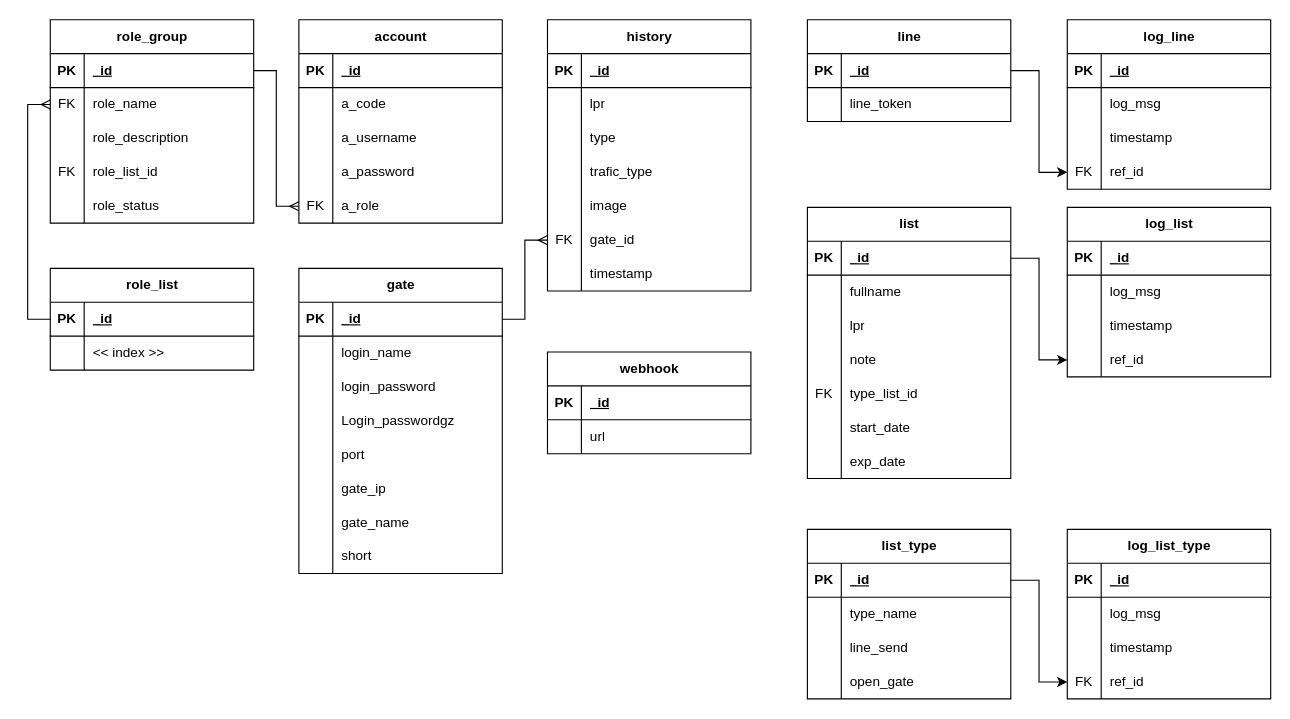
Earlier version of the draw.io diagram smertLPR.drawio (apichat005/SmartLPR). Source tidied: cells renumbered, new cells numbered last; positions are measured from the earlier drawing's top-left corner, leaving out a move shared by most shapes. Both pictures are drawn from the tidied source at 113%, with x=0, y=0 at pixel (50, 19).
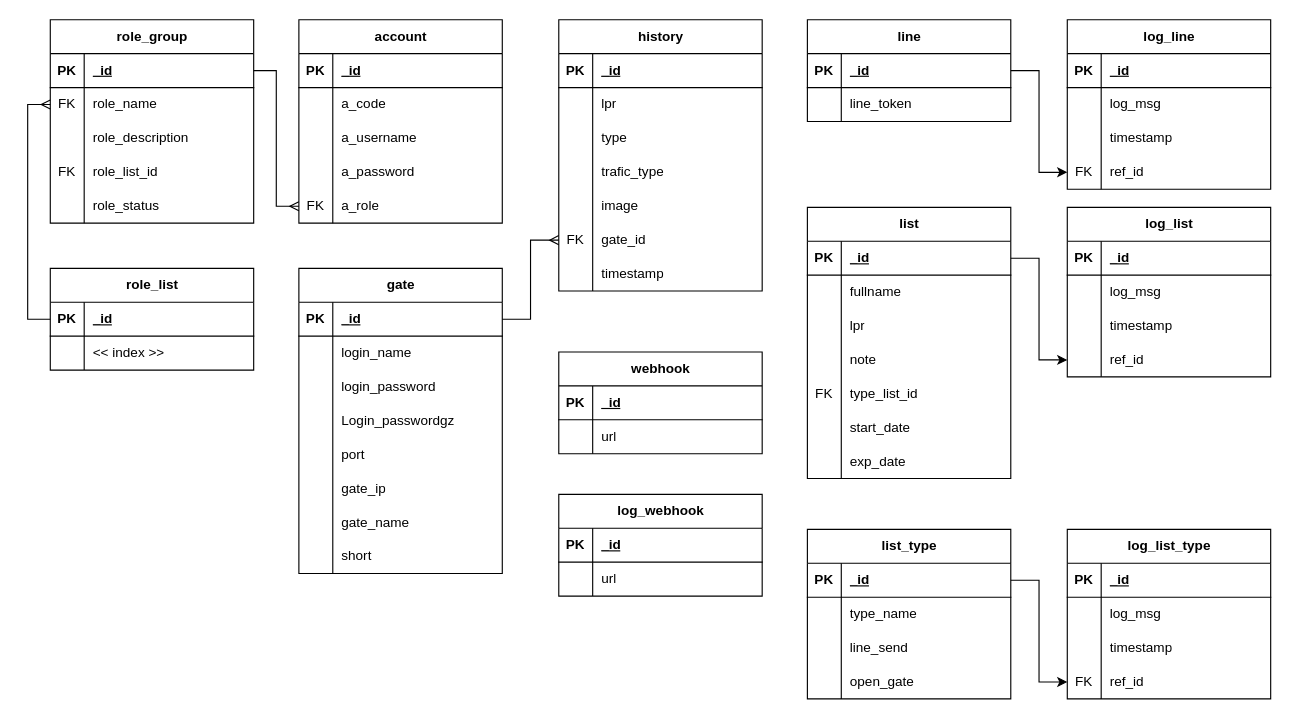
After the change.

Diff of the diagram source:
```diff
@@
     <mxCell id="68" value="history" style="shape=table;startSize=30;childLayout=tableLayout;rowLines=0;fontStyle=1;align=center;html=1;" parent="1" vertex="1">
-      <mxGeometry x="440" width="180" height="240" as="geometry" />
+      <mxGeometry x="450" width="180" height="240" as="geometry" />
     </mxCell>
@@
     <mxCell id="175" value="webhook" style="shape=table;startSize=30;childLayout=tableLayout;rowLines=0;fontStyle=1;align=center;html=1;" parent="1" vertex="1">
-      <mxGeometry x="440" y="294" width="180" height="90" as="geometry" />
+      <mxGeometry x="450" y="294" width="180" height="90" as="geometry" />
     </mxCell>
@@
+    <mxCell id="182" value="log_webhook" style="shape=table;startSize=30;childLayout=tableLayout;rowLines=0;fontStyle=1;align=center;html=1;" parent="1" vertex="1">
+      <mxGeometry x="450" y="420" width="180" height="90" as="geometry" />
+    </mxCell>
+    <mxCell id="183" style="shape=tableRow;horizontal=0;startSize=0;swimlaneHead=0;swimlaneBody=0;fillColor=none;top=0;left=0;right=0;bottom=1;" parent="182" vertex="1">
+      <mxGeometry y="30" width="180" height="30" as="geometry" />
+    </mxCell>
+    <mxCell id="184" value="PK" style="shape=partialRectangle;fillColor=none;top=0;left=0;bottom=0;right=0;fontStyle=1;overflow=hidden;whiteSpace=wrap;html=1;" parent="183" vertex="1">
+      <mxGeometry width="30" height="30" as="geometry" />
+    </mxCell>
+    <mxCell id="185" value="_id" style="shape=partialRectangle;fillColor=none;top=0;left=0;bottom=0;right=0;align=left;spacingLeft=6;fontStyle=5;overflow=hidden;whiteSpace=wrap;html=1;" parent="183" vertex="1">
+      <mxGeometry x="30" width="150" height="30" as="geometry" />
+    </mxCell>
+    <mxCell id="186" style="shape=tableRow;horizontal=0;startSize=0;swimlaneHead=0;swimlaneBody=0;fillColor=none;top=0;left=0;right=0;bottom=0;" parent="182" vertex="1">
+      <mxGeometry y="60" width="180" height="30" as="geometry" />
+    </mxCell>
+    <mxCell id="187" style="shape=partialRectangle;fillColor=none;top=0;left=0;bottom=0;right=0;overflow=hidden;whiteSpace=wrap;html=1;" parent="186" vertex="1">
+      <mxGeometry width="30" height="30" as="geometry" />
+    </mxCell>
+    <mxCell id="188" value="url" style="shape=partialRectangle;fillColor=none;top=0;left=0;bottom=0;right=0;align=left;spacingLeft=6;overflow=hidden;whiteSpace=wrap;html=1;" parent="186" vertex="1">
+      <mxGeometry x="30" width="150" height="30" as="geometry" />
+    </mxCell>
```
